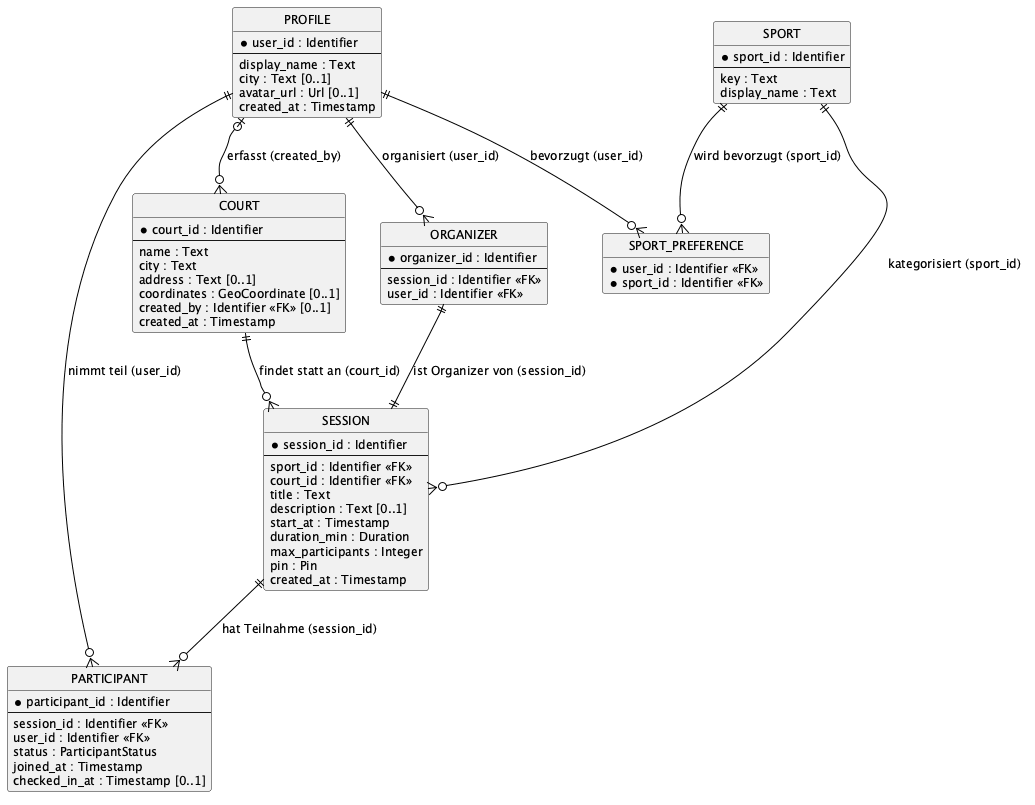
Finn5k/Wirtschaftsinformatik-Projekt-I keeps this PlantUML diagram as docs/spec/diagrams-png/D1-er-diagramm.png. Above is the earlier version.
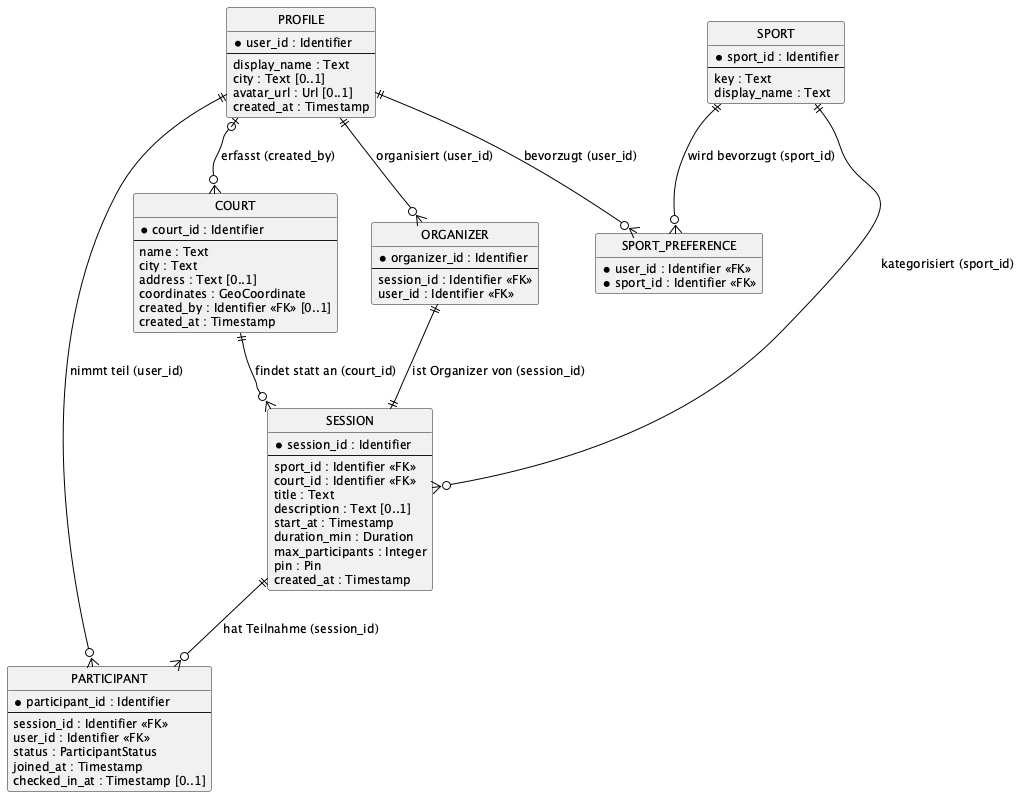
Above is the later version.

The edit, as a diff of the source:
```diff
@@ -33,7 +33,7 @@
   name : Text
   city : Text
   address : Text [0..1]
-  coordinates : GeoCoordinate [0..1]
+  coordinates : GeoCoordinate
   created_by : Identifier <<FK>> [0..1]
   created_at : Timestamp
 }
```
